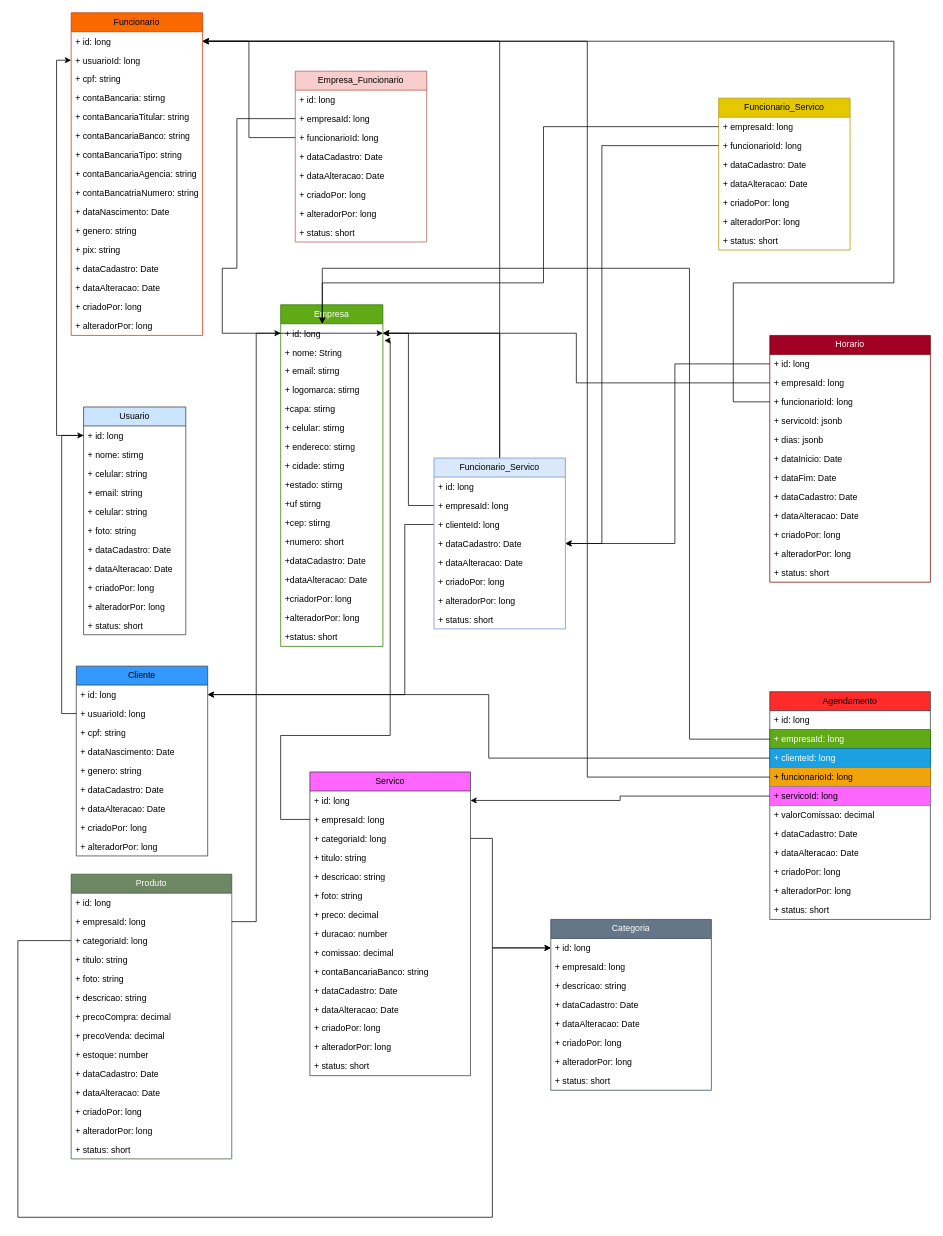
This is Diagrama sem nome.drawio from elsoncosta/GoBarber, a draw.io file, before an edit. Source tidied: cells renumbered, new cells numbered last; positions are measured from the earlier drawing's top-left corner, leaving out a move shared by most shapes. Both pictures are drawn from the tidied source at 73%, with x=0, y=0 at pixel (18, 12).
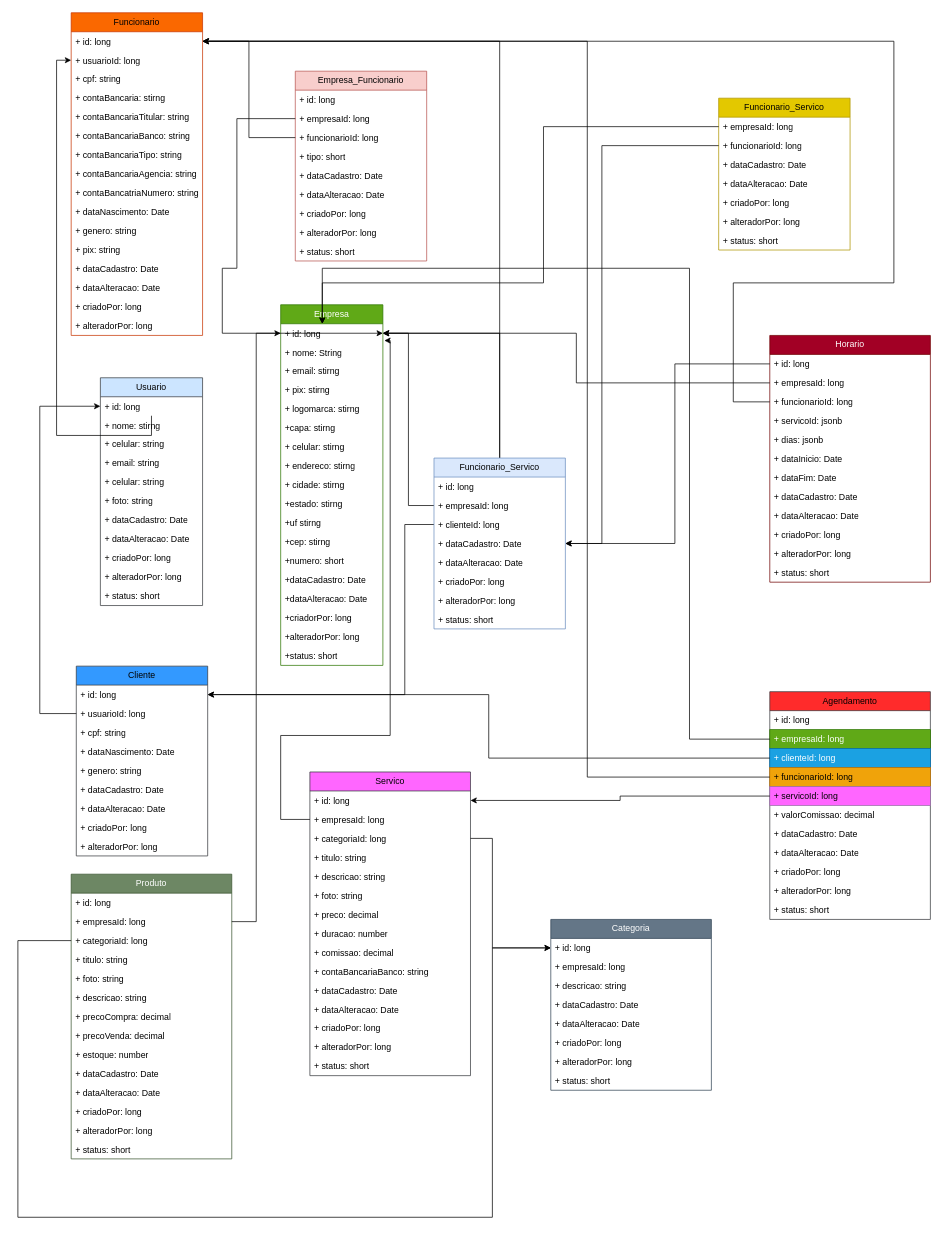
After the change.

Unchanged cells that the change refers to:
```xml
<mxCell id="21" value="+ id: long" style="text;strokeColor=none;fillColor=none;align=left;verticalAlign=top;spacingLeft=4;spacingRight=4;overflow=hidden;points=[[0,0.5],[1,0.5]];portConstraint=eastwest;whiteSpace=wrap;html=1;" parent="20" vertex="1">
  <mxGeometry y="26" width="140" height="26" as="geometry" />
</mxCell>
<mxCell id="104" value="+ usuarioId: long" style="text;strokeColor=none;fillColor=none;align=left;verticalAlign=top;spacingLeft=4;spacingRight=4;overflow=hidden;points=[[0,0.5],[1,0.5]];portConstraint=eastwest;whiteSpace=wrap;html=1;" parent="102" vertex="1">
  <mxGeometry y="52" width="180" height="26" as="geometry" />
</mxCell>
```

The edit, as a diff of the source:
```diff
@@
     <mxCell id="2" value="Empresa" style="swimlane;fontStyle=0;horizontal=1;startSize=26;fillColor=#60a917;whiteSpace=wrap;html=1;strokeColor=#2D7600;fontColor=#ffffff;" parent="1" vertex="1">
-      <mxGeometry x="360" y="400" width="140" height="468" as="geometry" />
+      <mxGeometry x="360" y="400" width="140" height="494" as="geometry" />
     </mxCell>
@@
+    <mxCell id="171" value="+ pix: stirng" style="text;strokeColor=none;fillColor=none;align=left;verticalAlign=top;spacingLeft=4;spacingRight=4;overflow=hidden;whiteSpace=wrap;html=1;" parent="2" vertex="1">
+      <mxGeometry y="104" width="140" height="26" as="geometry" />
+    </mxCell>
     <mxCell id="6" value="+ logomarca: stirng" style="text;strokeColor=none;fillColor=none;align=left;verticalAlign=top;spacingLeft=4;spacingRight=4;overflow=hidden;whiteSpace=wrap;html=1;" parent="2" vertex="1">
-      <mxGeometry y="104" width="140" height="26" as="geometry" />
+      <mxGeometry y="130" width="140" height="26" as="geometry" />
     </mxCell>
     <mxCell id="7" value="+capa: stirng" style="text;strokeColor=none;fillColor=none;align=left;verticalAlign=top;spacingLeft=4;spacingRight=4;overflow=hidden;whiteSpace=wrap;html=1;" parent="2" vertex="1">
-      <mxGeometry y="130" width="140" height="26" as="geometry" />
+      <mxGeometry y="156" width="140" height="26" as="geometry" />
     </mxCell>
     <mxCell id="8" value="+ celular: stirng" style="text;strokeColor=none;fillColor=none;align=left;verticalAlign=top;spacingLeft=4;spacingRight=4;overflow=hidden;whiteSpace=wrap;html=1;" parent="2" vertex="1">
-      <mxGeometry y="156" width="140" height="26" as="geometry" />
+      <mxGeometry y="182" width="140" height="26" as="geometry" />
     </mxCell>
     <mxCell id="9" value="+ endereco: stirng" style="text;strokeColor=none;fillColor=none;align=left;verticalAlign=top;spacingLeft=4;spacingRight=4;overflow=hidden;whiteSpace=wrap;html=1;" parent="2" vertex="1">
-      <mxGeometry y="182" width="140" height="26" as="geometry" />
+      <mxGeometry y="208" width="140" height="26" as="geometry" />
     </mxCell>
     <mxCell id="10" value="+ cidade: stirng" style="text;strokeColor=none;fillColor=none;align=left;verticalAlign=top;spacingLeft=4;spacingRight=4;overflow=hidden;whiteSpace=wrap;html=1;" parent="2" vertex="1">
-      <mxGeometry y="208" width="140" height="26" as="geometry" />
+      <mxGeometry y="234" width="140" height="26" as="geometry" />
     </mxCell>
     <mxCell id="11" value="+estado: stirng" style="text;strokeColor=none;fillColor=none;align=left;verticalAlign=top;spacingLeft=4;spacingRight=4;overflow=hidden;whiteSpace=wrap;html=1;" parent="2" vertex="1">
-      <mxGeometry y="234" width="140" height="26" as="geometry" />
+      <mxGeometry y="260" width="140" height="26" as="geometry" />
     </mxCell>
     <mxCell id="12" value="+uf&amp;nbsp;stirng" style="text;strokeColor=none;fillColor=none;align=left;verticalAlign=top;spacingLeft=4;spacingRight=4;overflow=hidden;whiteSpace=wrap;html=1;" parent="2" vertex="1">
-      <mxGeometry y="260" width="140" height="26" as="geometry" />
+      <mxGeometry y="286" width="140" height="26" as="geometry" />
     </mxCell>
     <mxCell id="13" value="+cep:&amp;nbsp;stirng" style="text;strokeColor=none;fillColor=none;align=left;verticalAlign=top;spacingLeft=4;spacingRight=4;overflow=hidden;whiteSpace=wrap;html=1;" parent="2" vertex="1">
-      <mxGeometry y="286" width="140" height="26" as="geometry" />
+      <mxGeometry y="312" width="140" height="26" as="geometry" />
     </mxCell>
     <mxCell id="14" value="+numero: short" style="text;strokeColor=none;fillColor=none;align=left;verticalAlign=top;spacingLeft=4;spacingRight=4;overflow=hidden;whiteSpace=wrap;html=1;" parent="2" vertex="1">
-      <mxGeometry y="312" width="140" height="26" as="geometry" />
+      <mxGeometry y="338" width="140" height="26" as="geometry" />
     </mxCell>
     <mxCell id="15" value="+dataCadastro: Date" style="text;strokeColor=none;fillColor=none;align=left;verticalAlign=top;spacingLeft=4;spacingRight=4;overflow=hidden;whiteSpace=wrap;html=1;" parent="2" vertex="1">
-      <mxGeometry y="338" width="140" height="26" as="geometry" />
+      <mxGeometry y="364" width="140" height="26" as="geometry" />
     </mxCell>
     <mxCell id="16" value="+dataAlteracao: Date" style="text;strokeColor=none;fillColor=none;align=left;verticalAlign=top;spacingLeft=4;spacingRight=4;overflow=hidden;whiteSpace=wrap;html=1;" parent="2" vertex="1">
-      <mxGeometry y="364" width="140" height="26" as="geometry" />
+      <mxGeometry y="390" width="140" height="26" as="geometry" />
     </mxCell>
     <mxCell id="17" value="+criadorPor: long" style="text;strokeColor=none;fillColor=none;align=left;verticalAlign=top;spacingLeft=4;spacingRight=4;overflow=hidden;whiteSpace=wrap;html=1;" parent="2" vertex="1">
-      <mxGeometry y="390" width="140" height="26" as="geometry" />
+      <mxGeometry y="416" width="140" height="26" as="geometry" />
     </mxCell>
     <mxCell id="18" value="+alteradorPor: long" style="text;strokeColor=none;fillColor=none;align=left;verticalAlign=top;spacingLeft=4;spacingRight=4;overflow=hidden;whiteSpace=wrap;html=1;" parent="2" vertex="1">
-      <mxGeometry y="416" width="140" height="26" as="geometry" />
+      <mxGeometry y="442" width="140" height="26" as="geometry" />
     </mxCell>
     <mxCell id="19" value="+status: short" style="text;strokeColor=none;fillColor=none;align=left;verticalAlign=top;spacingLeft=4;spacingRight=4;overflow=hidden;whiteSpace=wrap;html=1;" parent="2" vertex="1">
-      <mxGeometry y="442" width="140" height="26" as="geometry" />
+      <mxGeometry y="468" width="140" height="26" as="geometry" />
     </mxCell>
     <mxCell id="20" value="Usuario" style="swimlane;fontStyle=0;horizontal=1;startSize=26;fillColor=#cce5ff;whiteSpace=wrap;html=1;strokeColor=#36393d;" parent="1" vertex="1">
-      <mxGeometry x="90" y="540" width="140" height="312" as="geometry" />
+      <mxGeometry x="113" y="500" width="140" height="312" as="geometry" />
     </mxCell>
@@
     <mxCell id="78" value="Empresa_Funcionario" style="swimlane;fontStyle=0;horizontal=1;startSize=26;fillColor=#f8cecc;whiteSpace=wrap;html=1;strokeColor=#b85450;" parent="1" vertex="1">
-      <mxGeometry x="380" y="80" width="180" height="234" as="geometry" />
+      <mxGeometry x="380" y="80" width="180" height="260" as="geometry" />
     </mxCell>
@@
+    <mxCell id="172" value="+ tipo: short" style="text;strokeColor=none;fillColor=none;align=left;verticalAlign=top;spacingLeft=4;spacingRight=4;overflow=hidden;whiteSpace=wrap;html=1;" parent="78" vertex="1">
+      <mxGeometry y="104" width="180" height="26" as="geometry" />
+    </mxCell>
     <mxCell id="82" value="+ dataCadastro: Date" style="text;strokeColor=none;fillColor=none;align=left;verticalAlign=top;spacingLeft=4;spacingRight=4;overflow=hidden;whiteSpace=wrap;html=1;" parent="78" vertex="1">
-      <mxGeometry y="104" width="180" height="26" as="geometry" />
+      <mxGeometry y="130" width="180" height="26" as="geometry" />
     </mxCell>
     <mxCell id="83" value="+ dataAlteracao: Date" style="text;strokeColor=none;fillColor=none;align=left;verticalAlign=top;spacingLeft=4;spacingRight=4;overflow=hidden;whiteSpace=wrap;html=1;" parent="78" vertex="1">
-      <mxGeometry y="130" width="180" height="26" as="geometry" />
+      <mxGeometry y="156" width="180" height="26" as="geometry" />
     </mxCell>
     <mxCell id="84" value="+ criadoPor: long" style="text;strokeColor=none;fillColor=none;align=left;verticalAlign=top;spacingLeft=4;spacingRight=4;overflow=hidden;whiteSpace=wrap;html=1;" parent="78" vertex="1">
-      <mxGeometry y="156" width="180" height="26" as="geometry" />
+      <mxGeometry y="182" width="180" height="26" as="geometry" />
     </mxCell>
     <mxCell id="85" value="+ alteradorPor: long" style="text;strokeColor=none;fillColor=none;align=left;verticalAlign=top;spacingLeft=4;spacingRight=4;overflow=hidden;whiteSpace=wrap;html=1;" parent="78" vertex="1">
-      <mxGeometry y="182" width="180" height="26" as="geometry" />
+      <mxGeometry y="208" width="180" height="26" as="geometry" />
     </mxCell>
     <mxCell id="86" value="+ status: short" style="text;strokeColor=none;fillColor=none;align=left;verticalAlign=top;spacingLeft=4;spacingRight=4;overflow=hidden;whiteSpace=wrap;html=1;" parent="78" vertex="1">
-      <mxGeometry y="208" width="180" height="26" as="geometry" />
+      <mxGeometry y="234" width="180" height="26" as="geometry" />
     </mxCell>
@@
     <mxCell id="112" style="edgeStyle=orthogonalEdgeStyle;rounded=0;jettySize=auto;html=1;entryX=0;entryY=0.5;entryDx=0;entryDy=0;" parent="1" edge="1" source="104" target="21">
-      <mxGeometry relative="1" as="geometry" />
+      <mxGeometry relative="1" as="geometry">
+        <Array as="points">
+          <mxPoint x="30" y="960" />
+          <mxPoint x="30" y="539" />
+        </Array>
+      </mxGeometry>
     </mxCell>
```
